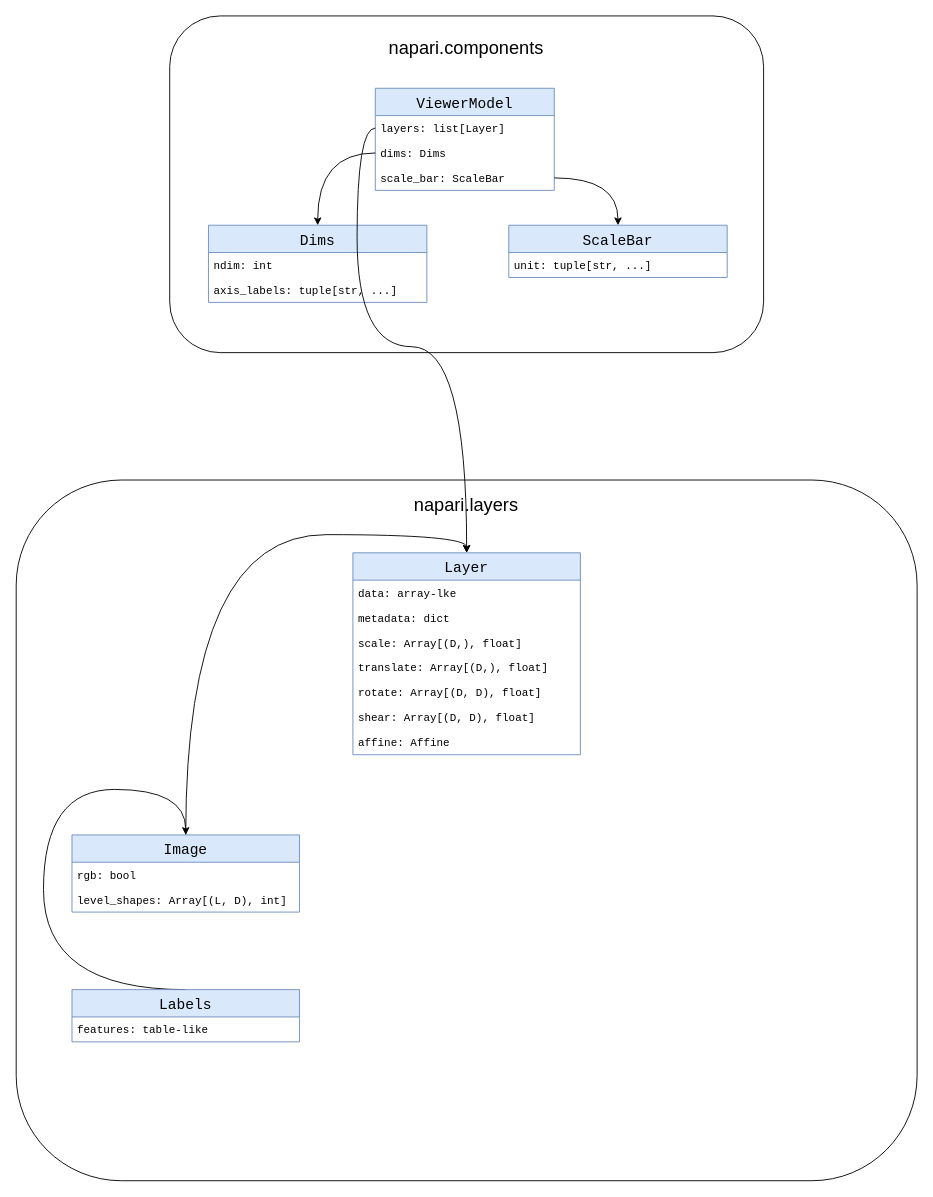
The draw.io diagram Untitled Diagram.drawio in andy-sweet/napari-diagrams, before the edit. Source tidied: cells renumbered, new cells numbered last; positions are measured from the earlier drawing's top-left corner, leaving out a move shared by most shapes. Both pictures are drawn from the tidied source at 91%, with x=0, y=0 at pixel (15, 15).
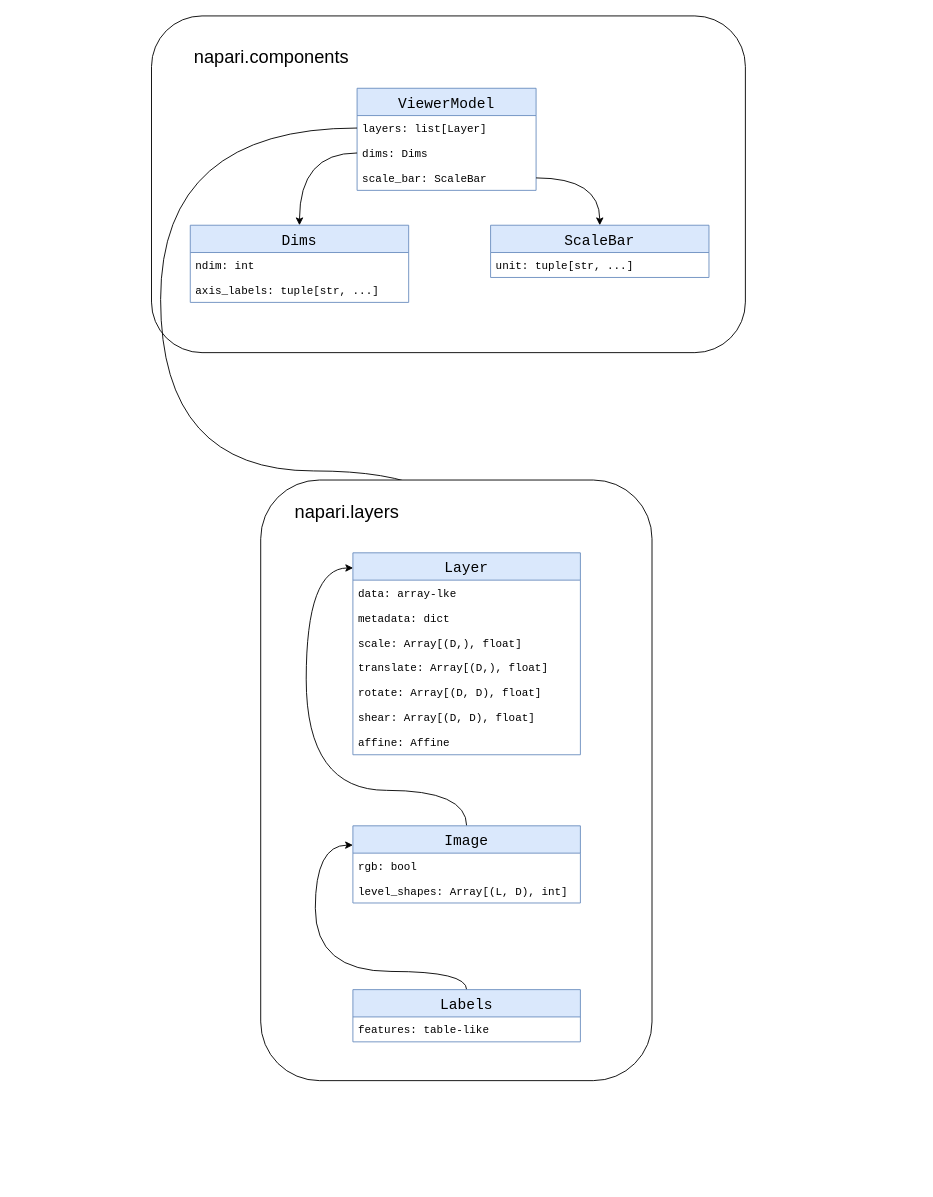
The same diagram, later.

The change refers to these unchanged cells:
```xml
<mxCell id="5" value="layers: list[Layer]" style="text;strokeColor=none;fillColor=none;align=left;verticalAlign=middle;spacingLeft=4;spacingRight=4;overflow=hidden;points=[[0,0.5],[1,0.5]];portConstraint=eastwest;fontSize=12;fontFamily=Courier New;" parent="4" vertex="1">
  <mxGeometry y="30" width="196.7" height="27.4" as="geometry" />
</mxCell>
<mxCell id="6" value="dims: Dims" style="text;strokeColor=none;fillColor=none;align=left;verticalAlign=middle;spacingLeft=4;spacingRight=4;overflow=hidden;points=[[0,0.5],[1,0.5]];portConstraint=eastwest;fontSize=12;fontFamily=Courier New;" parent="4" vertex="1">
  <mxGeometry y="57.4" width="196.7" height="27.4" as="geometry" />
</mxCell>
<mxCell id="7" value="scale_bar: ScaleBar" style="text;strokeColor=none;fillColor=none;align=left;verticalAlign=middle;spacingLeft=4;spacingRight=4;overflow=hidden;points=[[0,0.5],[1,0.5]];portConstraint=eastwest;fontSize=12;fontFamily=Courier New;" parent="4" vertex="1">
  <mxGeometry y="84.8" width="196.7" height="27.4" as="geometry" />
</mxCell>
```

What changed in the source:
```diff
@@
-    <mxCell id="2" style="rounded=1;whiteSpace=wrap;html=1;fillColor=default;" parent="1" vertex="1">
-      <mxGeometry x="0.3" y="510" width="990" height="770" as="geometry" />
-    </mxCell>
+    <mxCell id="33" style="group;" parent="1" vertex="1">
+      <mxGeometry x="139" width="662.6" height="370" as="geometry" />
+    </mxCell>
-    <mxCell id="3" style="rounded=1;whiteSpace=wrap;html=1;fillColor=default;" parent="1" vertex="1">
-      <mxGeometry x="169" width="652.6" height="370" as="geometry" />
+    <mxCell id="3" style="rounded=1;whiteSpace=wrap;html=1;fillColor=default;" parent="33" vertex="1">
+      <mxGeometry x="10" width="652.6" height="370" as="geometry" />
     </mxCell>
-    <mxCell id="4" value="ViewerModel" style="swimlane;fontStyle=0;horizontal=1;startSize=30;fontSize=16;fillColor=#dae8fc;strokeColor=#6c8ebf;fontFamily=Courier New;" parent="1" vertex="1">
-      <mxGeometry x="394.9" y="79.5" width="196.7" height="112.2" as="geometry" />
+    <mxCell id="4" value="ViewerModel" style="swimlane;fontStyle=0;horizontal=1;startSize=30;fontSize=16;fillColor=#dae8fc;strokeColor=#6c8ebf;fontFamily=Courier New;" parent="33" vertex="1">
+      <mxGeometry x="235.9" y="79.5" width="196.7" height="112.2" as="geometry" />
     </mxCell>
@@
-    <mxCell id="8" value="Dims" style="swimlane;fontStyle=0;horizontal=1;startSize=30;fontSize=16;fillColor=#dae8fc;strokeColor=#6c8ebf;fontFamily=Courier New;" parent="1" vertex="1">
-      <mxGeometry x="211.6" y="230" width="240" height="84.8" as="geometry" />
+    <mxCell id="8" value="Dims" style="swimlane;fontStyle=0;horizontal=1;startSize=30;fontSize=16;fillColor=#dae8fc;strokeColor=#6c8ebf;fontFamily=Courier New;" parent="33" vertex="1">
+      <mxGeometry x="52.6" y="230" width="240" height="84.8" as="geometry" />
     </mxCell>
@@
-    <mxCell id="11" value="&lt;font style=&quot;font-size: 20px;&quot;&gt;napari.components&lt;/font&gt;" style="text;html=1;strokeColor=none;fillColor=none;align=center;verticalAlign=middle;whiteSpace=wrap;rounded=0;" parent="1" vertex="1">
-      <mxGeometry x="295.2" y="20" width="400.2" height="27.4" as="geometry" />
+    <mxCell id="11" value="&lt;font style=&quot;font-size: 20px;&quot;&gt;napari.components&lt;/font&gt;" style="text;html=1;strokeColor=none;fillColor=none;align=center;verticalAlign=middle;whiteSpace=wrap;rounded=0;" parent="33" vertex="1">
+      <mxGeometry y="30" width="283.8" height="27.4" as="geometry" />
     </mxCell>
-    <mxCell id="12" style="edgeStyle=orthogonalEdgeStyle;curved=1;rounded=0;jettySize=auto;html=1;exitX=0;exitY=0.5;exitDx=0;exitDy=0;entryX=0.5;entryY=0;entryDx=0;entryDy=0;" parent="1" edge="1" source="6" target="8">
+    <mxCell id="12" style="edgeStyle=orthogonalEdgeStyle;curved=1;rounded=0;jettySize=auto;html=1;exitX=0;exitY=0.5;exitDx=0;exitDy=0;entryX=0.5;entryY=0;entryDx=0;entryDy=0;" parent="33" edge="1" source="6" target="8">
       <mxGeometry relative="1" as="geometry" />
     </mxCell>
-    <mxCell id="13" value="ScaleBar" style="swimlane;fontStyle=0;horizontal=1;startSize=30;fontSize=16;fillColor=#dae8fc;strokeColor=#6c8ebf;fontFamily=Courier New;" parent="1" vertex="1">
-      <mxGeometry x="541.6" y="230" width="240" height="57.4" as="geometry" />
+    <mxCell id="13" value="ScaleBar" style="swimlane;fontStyle=0;horizontal=1;startSize=30;fontSize=16;fillColor=#dae8fc;strokeColor=#6c8ebf;fontFamily=Courier New;" parent="33" vertex="1">
+      <mxGeometry x="382.6" y="230" width="240" height="57.4" as="geometry" />
     </mxCell>
@@
-    <mxCell id="15" style="edgeStyle=orthogonalEdgeStyle;rounded=0;jettySize=auto;html=1;exitX=1;exitY=0.5;exitDx=0;exitDy=0;entryX=0.5;entryY=0;entryDx=0;entryDy=0;curved=1;" parent="1" edge="1" source="7" target="13">
+    <mxCell id="15" style="edgeStyle=orthogonalEdgeStyle;rounded=0;jettySize=auto;html=1;exitX=1;exitY=0.5;exitDx=0;exitDy=0;entryX=0.5;entryY=0;entryDx=0;entryDy=0;curved=1;" parent="33" edge="1" source="7" target="13">
       <mxGeometry relative="1" as="geometry" />
     </mxCell>
+    <mxCell id="32" style="edgeStyle=orthogonalEdgeStyle;curved=1;rounded=0;jettySize=auto;html=1;exitX=0;exitY=0.5;exitDx=0;exitDy=0;entryX=0.5;entryY=0;entryDx=0;entryDy=0;" parent="1" edge="1" source="5" target="16">
+      <mxGeometry relative="1" as="geometry">
+        <Array as="points">
+          <mxPoint x="159" y="123" />
+          <mxPoint x="159" y="500" />
+          <mxPoint x="495" y="500" />
+        </Array>
+      </mxGeometry>
+    </mxCell>
+    <mxCell id="34" style="group;" parent="1" vertex="1">
+      <mxGeometry x="259" y="510" width="440" height="660" as="geometry" />
+    </mxCell>
+    <mxCell id="2" style="rounded=1;whiteSpace=wrap;html=1;fillColor=default;" parent="34" vertex="1">
+      <mxGeometry x="10" width="430" height="660" as="geometry" />
+    </mxCell>
-    <mxCell id="16" value="Layer" style="swimlane;fontStyle=0;horizontal=1;startSize=30;fontSize=16;fillColor=#dae8fc;strokeColor=#6c8ebf;fontFamily=Courier New;" parent="1" vertex="1">
-      <mxGeometry x="370.3" y="590" width="250" height="221.9" as="geometry" />
+    <mxCell id="16" value="Layer" style="swimlane;fontStyle=0;horizontal=1;startSize=30;fontSize=16;fillColor=#dae8fc;strokeColor=#6c8ebf;fontFamily=Courier New;" parent="34" vertex="1">
+      <mxGeometry x="111.3" y="80" width="250" height="221.9" as="geometry" />
     </mxCell>
@@
-    <mxCell id="24" style="edgeStyle=orthogonalEdgeStyle;curved=1;rounded=0;jettySize=auto;html=1;exitX=0.5;exitY=0;exitDx=0;exitDy=0;entryX=0.5;entryY=0;entryDx=0;entryDy=0;" parent="1" edge="1" source="25" target="16">
-      <mxGeometry relative="1" as="geometry" />
+    <mxCell id="24" style="edgeStyle=orthogonalEdgeStyle;curved=1;rounded=0;jettySize=auto;html=1;exitX=0.5;exitY=0;exitDx=0;exitDy=0;entryX=0.001;entryY=0.075;entryDx=0;entryDy=0;entryPerimeter=0;" parent="34" edge="1" source="25" target="16">
+      <mxGeometry relative="1" as="geometry">
+        <Array as="points">
+          <mxPoint x="236" y="341" />
+          <mxPoint x="60" y="341" />
+          <mxPoint x="60" y="97" />
+        </Array>
+      </mxGeometry>
     </mxCell>
-    <mxCell id="25" value="Image" style="swimlane;fontStyle=0;horizontal=1;startSize=30;fontSize=16;fillColor=#dae8fc;strokeColor=#6c8ebf;fontFamily=Courier New;" parent="1" vertex="1">
-      <mxGeometry x="61.6" y="900" width="250" height="84.8" as="geometry" />
+    <mxCell id="25" value="Image" style="swimlane;fontStyle=0;horizontal=1;startSize=30;fontSize=16;fillColor=#dae8fc;strokeColor=#6c8ebf;fontFamily=Courier New;" parent="34" vertex="1">
+      <mxGeometry x="111.3" y="380" width="250" height="84.8" as="geometry" />
     </mxCell>
@@
-    <mxCell id="28" value="&lt;font style=&quot;font-size: 20px;&quot;&gt;napari.layers&lt;/font&gt;" style="text;html=1;strokeColor=none;fillColor=none;align=center;verticalAlign=middle;whiteSpace=wrap;rounded=0;" parent="1" vertex="1">
-      <mxGeometry x="295.2" y="522.6" width="400.2" height="27.4" as="geometry" />
+    <mxCell id="28" value="&lt;font style=&quot;font-size: 20px;&quot;&gt;napari.layers&lt;/font&gt;" style="text;html=1;strokeColor=none;fillColor=none;align=center;verticalAlign=middle;whiteSpace=wrap;rounded=0;" parent="34" vertex="1">
+      <mxGeometry y="20" width="210.2" height="27.4" as="geometry" />
     </mxCell>
-    <mxCell id="29" style="edgeStyle=orthogonalEdgeStyle;curved=1;rounded=0;jettySize=auto;html=1;exitX=0.5;exitY=0;exitDx=0;exitDy=0;" parent="1" edge="1" source="30">
+    <mxCell id="29" style="edgeStyle=orthogonalEdgeStyle;curved=1;rounded=0;jettySize=auto;html=1;exitX=0.5;exitY=0;exitDx=0;exitDy=0;entryX=0;entryY=0.25;entryDx=0;entryDy=0;" parent="34" edge="1" source="30" target="25">
       <mxGeometry relative="1" as="geometry">
-        <mxPoint x="186.6" y="900" as="targetPoint" />
         <Array as="points">
-          <mxPoint x="30.3" y="1070" />
-          <mxPoint x="30.3" y="850" />
-          <mxPoint x="186.3" y="850" />
+          <mxPoint x="236" y="540" />
+          <mxPoint x="70" y="540" />
+          <mxPoint x="70" y="401" />
         </Array>
       </mxGeometry>
     </mxCell>
-    <mxCell id="30" value="Labels" style="swimlane;fontStyle=0;horizontal=1;startSize=30;fontSize=16;fillColor=#dae8fc;strokeColor=#6c8ebf;fontFamily=Courier New;" parent="1" vertex="1">
-      <mxGeometry x="61.6" y="1070" width="250" height="57.4" as="geometry" />
+    <mxCell id="30" value="Labels" style="swimlane;fontStyle=0;horizontal=1;startSize=30;fontSize=16;fillColor=#dae8fc;strokeColor=#6c8ebf;fontFamily=Courier New;" parent="34" vertex="1">
+      <mxGeometry x="111.3" y="560" width="250" height="57.4" as="geometry" />
     </mxCell>
@@
-    <mxCell id="32" style="edgeStyle=orthogonalEdgeStyle;curved=1;rounded=0;jettySize=auto;html=1;exitX=0;exitY=0.5;exitDx=0;exitDy=0;entryX=0.5;entryY=0;entryDx=0;entryDy=0;" parent="1" edge="1" source="5" target="16">
-      <mxGeometry relative="1" as="geometry" />
-    </mxCell>
```
